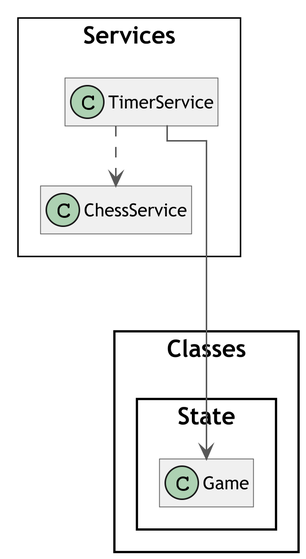
connormcharg/school-work keeps this PlantUML diagram as NEA-Final/Writeup/Design/Class Diagrams/Backend/Services/TimerService.png. Above is the earlier version. The source it was exported from:
```plantuml
@startuml TimerService
skinparam classAttributeIconSize 0
skinparam classFontSize 16
skinparam classFontName Trebuchet MS
skinparam classBackgroundColor #F0F0F0
skinparam classBorderColor #585858
skinparam classArrowColor #585858
skinparam wrapWidth 400
skinparam RoundCorner 0
skinparam DefaultFontName Trebuchet MS
skinparam DefaultFontSize 16
skinparam ClassFontSize 16
skinparam TitleFontSize 20
skinparam ClassAttributeFontSize 12
skinparam ClassStereotypeFontSize 10
skinparam ArrowFontSize 10
skinparam Dpi 300
skinparam svgAntiAlias true
skinparam Linetype ortho
skinparam Nodesep 50
skinparam ranksep 75
skinparam groupInheritance 2
skinparam packageStyle Rectangle
!pragma layout elk

left to right direction

package Services <<Rectangle>> {
    class ChessService
    class TimerService
}

TimerService ..> ChessService
TimerService  --> Classes.State.Game

hide members
@enduml
```
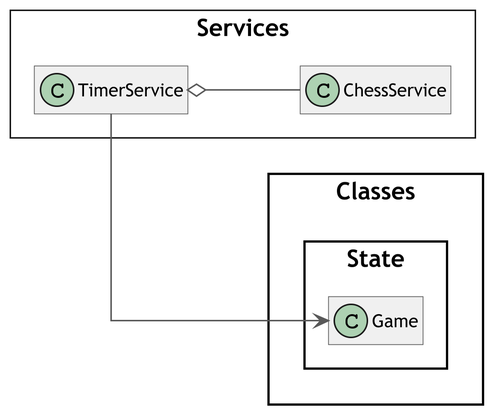
The same diagram one commit later.

What changed in the source:
```diff
@@ -21,7 +21,6 @@
 skinparam ranksep 75
 skinparam groupInheritance 2
 skinparam packageStyle Rectangle
-!pragma layout elk
 
 left to right direction
 
@@ -30,8 +29,8 @@
     class TimerService
 }
 
-TimerService ..> ChessService
-TimerService  --> Classes.State.Game
+TimerService o-- ChessService
+TimerService --> Classes.State.Game
 
 hide members
 @enduml
```
